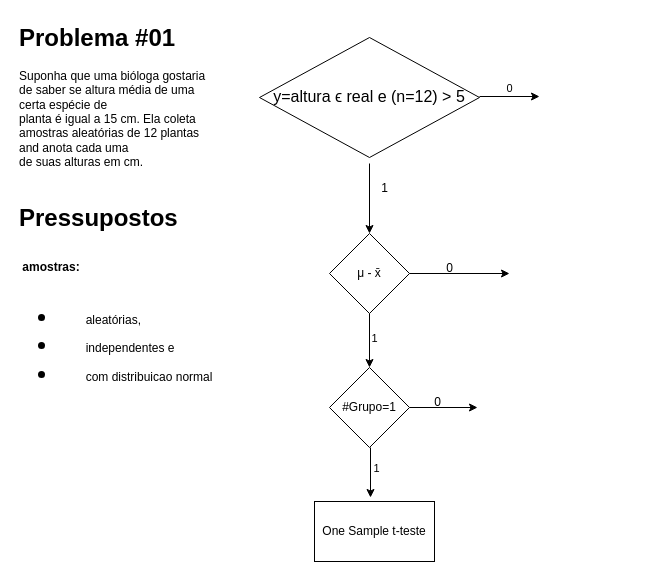
Before: diagrams/Untitled Diagram.drawio in stick35em10/Exemplos_para_os_Testes_de_Hip-teses, a draw.io diagram. Source tidied: cells renumbered, new cells numbered last; positions are measured from the earlier drawing's top-left corner, leaving out a move shared by most shapes. Both pictures are drawn from the tidied source at 100%, with x=0, y=0 at pixel (17, 17).
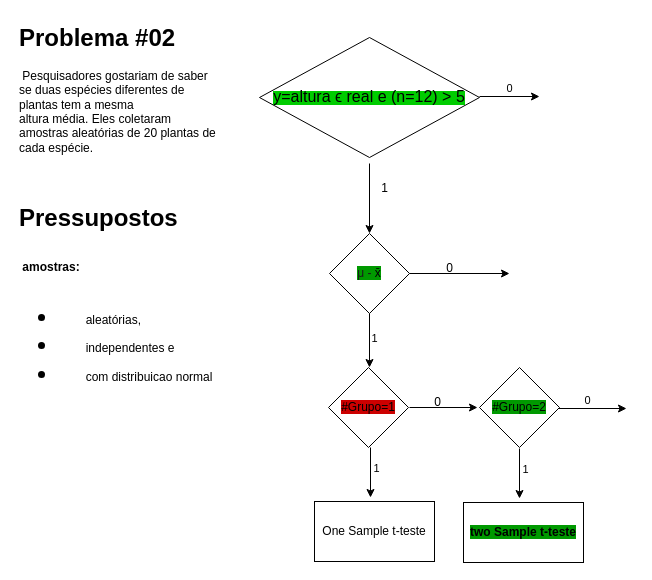
After the change.

Change to the diagram source:
```diff
@@
-    <mxCell id="2" value="&lt;span style=&quot;font-size:12.0pt;line-height:115%;&amp;lt;br/&amp;gt;font-family:&amp;quot;Calibri&amp;quot;,sans-serif;mso-ascii-theme-font:minor-latin;mso-fareast-font-family:&amp;lt;br/&amp;gt;Calibri;mso-fareast-theme-font:minor-latin;mso-hansi-theme-font:minor-latin;&amp;lt;br/&amp;gt;mso-bidi-font-family:&amp;quot;Times New Roman&amp;quot;;mso-bidi-theme-font:minor-bidi;&amp;lt;br/&amp;gt;mso-ansi-language:EN-US;mso-fareast-language:EN-US;mso-bidi-language:AR-SA&quot;&gt;y=altura&amp;nbsp;&lt;/span&gt;&lt;span style=&quot;font-size:12.0pt;line-height:115%;font-family:&amp;quot;Calibri&amp;quot;,sans-serif;&amp;lt;br/&amp;gt;mso-ascii-theme-font:minor-latin;mso-fareast-font-family:Calibri;mso-fareast-theme-font:&amp;lt;br/&amp;gt;minor-latin;mso-hansi-theme-font:minor-latin;mso-bidi-theme-font:minor-latin;&amp;lt;br/&amp;gt;mso-ansi-language:EN-US;mso-fareast-language:EN-US;mso-bidi-language:AR-SA&quot;&gt;ϵ&lt;/span&gt;&lt;span style=&quot;font-size:12.0pt;line-height:115%;font-family:&amp;quot;Calibri&amp;quot;,sans-serif;&amp;lt;br/&amp;gt;mso-ascii-theme-font:minor-latin;mso-fareast-font-family:Calibri;mso-fareast-theme-font:&amp;lt;br/&amp;gt;minor-latin;mso-hansi-theme-font:minor-latin;mso-bidi-font-family:&amp;quot;Times New Roman&amp;quot;;&amp;lt;br/&amp;gt;mso-bidi-theme-font:minor-bidi;mso-ansi-language:EN-US;mso-fareast-language:&amp;lt;br/&amp;gt;EN-US;mso-bidi-language:AR-SA&quot;&gt; real e (n=12) &amp;gt; 5&lt;/span&gt;" style="rhombus;whiteSpace=wrap;html=1;" parent="1" vertex="1">
+    <mxCell id="2" value="&lt;span style=&quot;background-color: rgb(0, 204, 0);&quot;&gt;&lt;span style=&quot;font-size:12.0pt;line-height:115%;&amp;lt;br/&amp;gt;font-family:&amp;quot;Calibri&amp;quot;,sans-serif;mso-ascii-theme-font:minor-latin;mso-fareast-font-family:&amp;lt;br/&amp;gt;Calibri;mso-fareast-theme-font:minor-latin;mso-hansi-theme-font:minor-latin;&amp;lt;br/&amp;gt;mso-bidi-font-family:&amp;quot;Times New Roman&amp;quot;;mso-bidi-theme-font:minor-bidi;&amp;lt;br/&amp;gt;mso-ansi-language:EN-US;mso-fareast-language:EN-US;mso-bidi-language:AR-SA&quot;&gt;y=altura&amp;nbsp;&lt;/span&gt;&lt;span style=&quot;font-size:12.0pt;line-height:115%;font-family:&amp;quot;Calibri&amp;quot;,sans-serif;&amp;lt;br/&amp;gt;mso-ascii-theme-font:minor-latin;mso-fareast-font-family:Calibri;mso-fareast-theme-font:&amp;lt;br/&amp;gt;minor-latin;mso-hansi-theme-font:minor-latin;mso-bidi-theme-font:minor-latin;&amp;lt;br/&amp;gt;mso-ansi-language:EN-US;mso-fareast-language:EN-US;mso-bidi-language:AR-SA&quot;&gt;ϵ&lt;/span&gt;&lt;span style=&quot;font-size:12.0pt;line-height:115%;font-family:&amp;quot;Calibri&amp;quot;,sans-serif;&amp;lt;br/&amp;gt;mso-ascii-theme-font:minor-latin;mso-fareast-font-family:Calibri;mso-fareast-theme-font:&amp;lt;br/&amp;gt;minor-latin;mso-hansi-theme-font:minor-latin;mso-bidi-font-family:&amp;quot;Times New Roman&amp;quot;;&amp;lt;br/&amp;gt;mso-bidi-theme-font:minor-bidi;mso-ansi-language:EN-US;mso-fareast-language:&amp;lt;br/&amp;gt;EN-US;mso-bidi-language:AR-SA&quot;&gt; real e (n=12) &amp;gt; 5&lt;/span&gt;&lt;/span&gt;" style="rhombus;whiteSpace=wrap;html=1;" parent="1" vertex="1">
       <mxGeometry x="242" y="20" width="220" height="120" as="geometry" />
     </mxCell>
@@
-    <mxCell id="7" value="μ - x̄" style="rhombus;whiteSpace=wrap;html=1;" parent="1" vertex="1">
+    <mxCell id="7" value="&lt;font&gt;&lt;font style=&quot;color: rgb(26, 26, 26); background-color: rgb(0, 153, 0);&quot;&gt;μ -&lt;/font&gt;&lt;font style=&quot;background-color: rgb(0, 153, 0); color: rgb(0, 0, 0);&quot;&gt; x̄&lt;/font&gt;&lt;/font&gt;" style="rhombus;whiteSpace=wrap;html=1;" parent="1" vertex="1">
       <mxGeometry x="312" y="216" width="80" height="80" as="geometry" />
     </mxCell>
@@
-    <mxCell id="12" value="&lt;h1 style=&quot;margin-top: 0px;&quot;&gt;Problema #01&lt;/h1&gt;&lt;p&gt;Suponha que uma bióloga gostaria de saber se altura média de uma certa espécie de &lt;br/&gt;planta é igual a 15 cm. Ela coleta amostras aleatórias de 12 plantas and anota cada uma &lt;br/&gt;de suas alturas em cm.&lt;/p&gt;" style="text;html=1;whiteSpace=wrap;overflow=hidden;rounded=0;" parent="1" vertex="1">
+    <mxCell id="12" value="&lt;h1 style=&quot;margin-top: 0px;&quot;&gt;Problema #02&lt;/h1&gt;&lt;p&gt;&amp;nbsp;Pesquisadores gostariam de saber se duas espécies diferentes de plantas tem a mesma &lt;br/&gt;altura média. Eles coletaram amostras aleatórias de 20 plantas de cada espécie.&lt;/p&gt;" style="text;html=1;whiteSpace=wrap;overflow=hidden;rounded=0;" parent="1" vertex="1">
       <mxGeometry width="200" height="160" as="geometry" />
     </mxCell>
@@
-    <mxCell id="14" value="#Grupo=1" style="rhombus;whiteSpace=wrap;html=1;" parent="1" vertex="1">
-      <mxGeometry x="312" y="350" width="80" height="80" as="geometry" />
+    <mxCell id="14" value="&lt;span style=&quot;background-color: rgb(204, 0, 0);&quot;&gt;#Grupo=1&lt;/span&gt;" style="rhombus;whiteSpace=wrap;html=1;" parent="1" vertex="1">
+      <mxGeometry x="311" y="350" width="80" height="80" as="geometry" />
     </mxCell>
@@
+    <mxCell id="20" value="&lt;span style=&quot;background-color: rgb(0, 153, 0);&quot;&gt;#Grupo=2&lt;/span&gt;" style="rhombus;whiteSpace=wrap;html=1;" parent="1" vertex="1">
+      <mxGeometry x="462" y="350" width="80" height="80" as="geometry" />
+    </mxCell>
+    <mxCell id="21" style="endArrow=classic;html=1;rounded=0;" parent="1" edge="1">
+      <mxGeometry relative="1" as="geometry">
+        <mxPoint x="541" y="391" as="sourcePoint" />
+        <mxPoint x="609" y="391" as="targetPoint" />
+      </mxGeometry>
+    </mxCell>
+    <mxCell id="22" value="0" style="edgeLabel;html=1;align=center;verticalAlign=middle;" parent="21" vertex="1">
+      <mxGeometry x="-0.18" y="9" relative="1" as="geometry" />
+    </mxCell>
+    <mxCell id="23" style="endArrow=classic;html=1;rounded=0;exitX=0.475;exitY=1;exitDx=0;exitDy=0;exitPerimeter=0;" parent="1" edge="1">
+      <mxGeometry relative="1" as="geometry">
+        <mxPoint x="502" y="431" as="sourcePoint" />
+        <mxPoint x="502" y="481" as="targetPoint" />
+      </mxGeometry>
+    </mxCell>
+    <mxCell id="24" value="1" style="edgeLabel;html=1;align=center;verticalAlign=middle;fillColor=#009900;" parent="23" vertex="1">
+      <mxGeometry x="-0.2" y="5" relative="1" as="geometry" />
+    </mxCell>
+    <mxCell id="25" value="&lt;b style=&quot;background-color: rgb(0, 153, 0);&quot;&gt;two Sample t-teste&lt;/b&gt;" style="rounded=0;whiteSpace=wrap;html=1;" parent="1" vertex="1">
+      <mxGeometry x="446" y="485" width="120" height="60" as="geometry" />
+    </mxCell>
```
